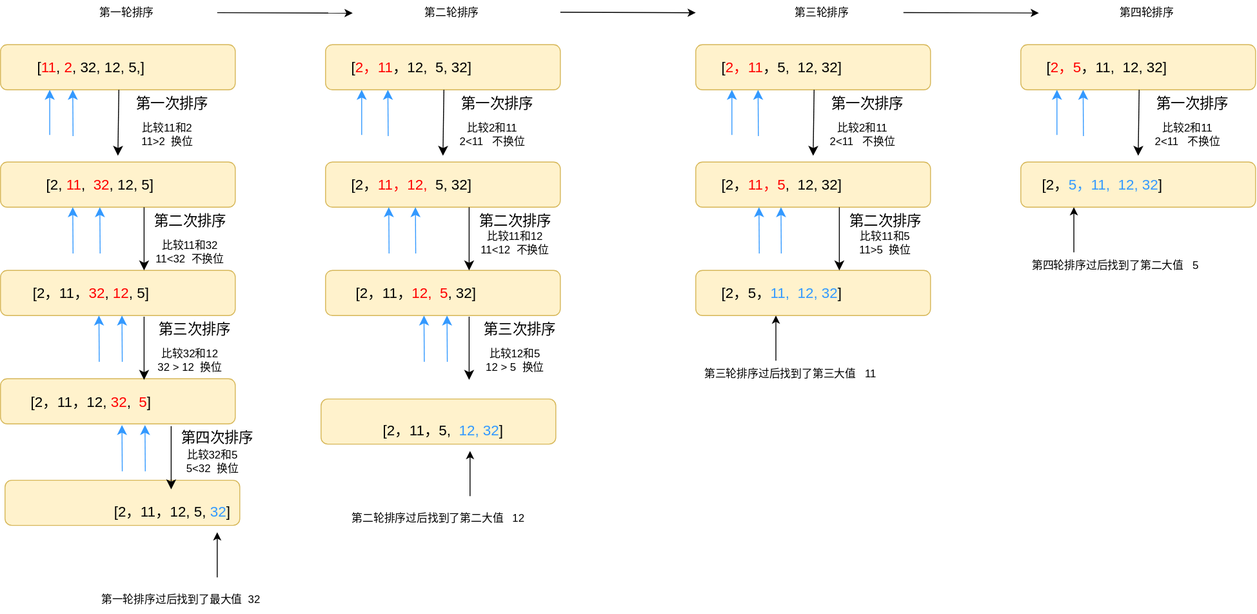
Above: java学习·.svg in shenbeipiao/record (draw.io), before the change. Source tidied: cells renumbered, new cells last; positions are measured from the earlier drawing's top-left corner, leaving out a move shared by most shapes.
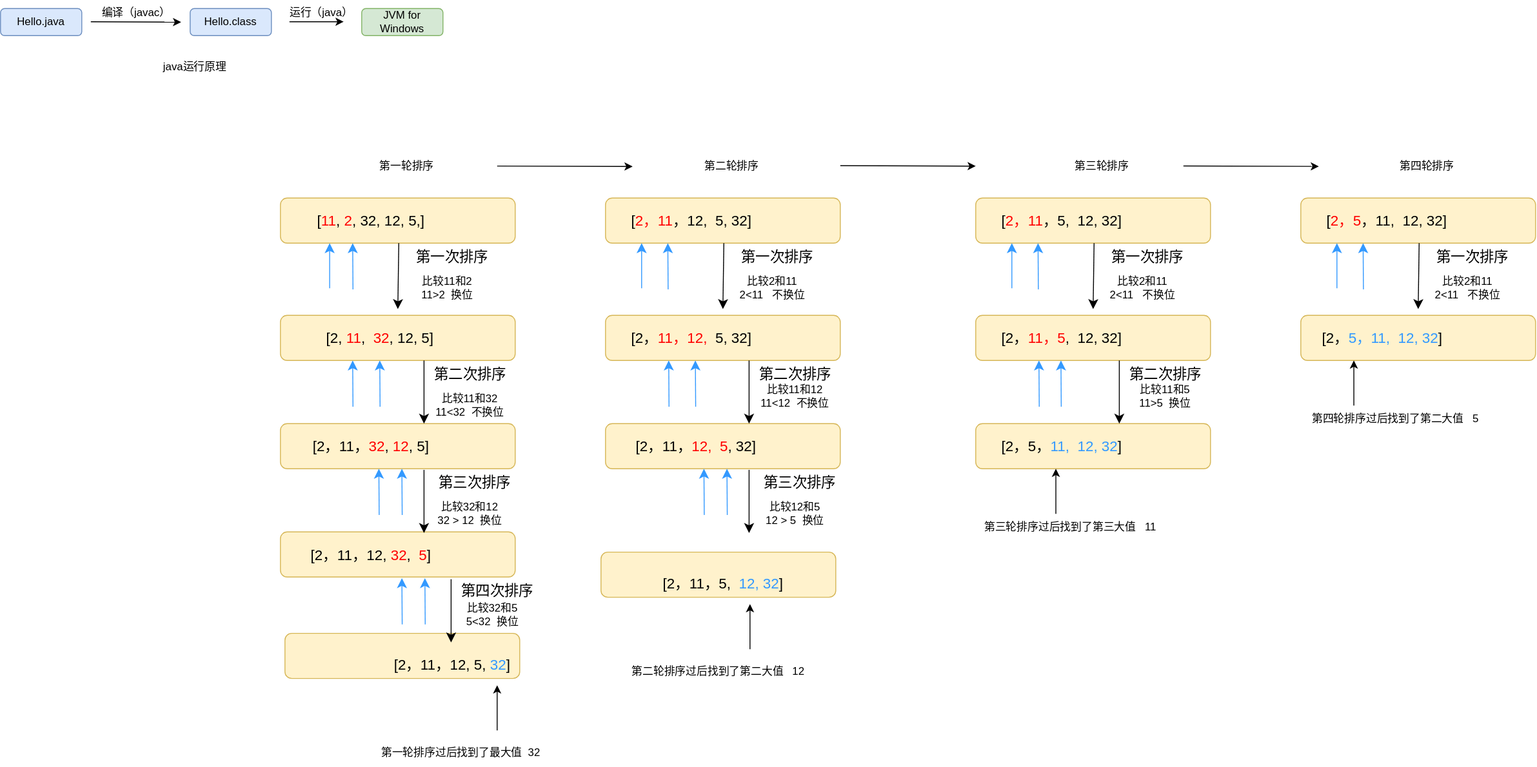
After the change.

What changed in the source:
```diff
@@ -392,5 +392,35 @@
         <mxPoint x="1150" y="14.9" as="targetPoint" />
       </mxGeometry>
     </mxCell>
+    <mxCell id="95" value="java运行原理" style="text;html=1;align=center;verticalAlign=middle;strokeColor=none;fillColor=none;" parent="1" vertex="1">
+      <mxGeometry x="-140" y="-110" width="90" height="30" as="geometry" />
+    </mxCell>
+    <mxCell id="96" value="Hello.java" style="rounded=1;whiteSpace=wrap;html=1;fillColor=#dae8fc;strokeColor=#6c8ebf;" parent="1" vertex="1">
+      <mxGeometry x="-310" y="-160" width="90" height="30" as="geometry" />
+    </mxCell>
+    <mxCell id="97" style="endArrow=classic;html=1;rounded=0;" parent="1" edge="1">
+      <mxGeometry relative="1" as="geometry">
+        <mxPoint x="-210" y="-145.4" as="sourcePoint" />
+        <mxPoint x="-110" y="-145" as="targetPoint" />
+      </mxGeometry>
+    </mxCell>
+    <mxCell id="98" value="编译（javac）" style="text;html=1;align=center;verticalAlign=middle;strokeColor=none;fillColor=none;" parent="1" vertex="1">
+      <mxGeometry x="-210" y="-170" width="100" height="30" as="geometry" />
+    </mxCell>
+    <mxCell id="99" value="Hello.class" style="rounded=1;whiteSpace=wrap;html=1;fillColor=#dae8fc;strokeColor=#6c8ebf;" parent="1" vertex="1">
+      <mxGeometry x="-100" y="-160" width="90" height="30" as="geometry" />
+    </mxCell>
+    <mxCell id="100" style="endArrow=classic;html=1;rounded=0;" parent="1" edge="1">
+      <mxGeometry relative="1" as="geometry">
+        <mxPoint x="10" y="-145.4" as="sourcePoint" />
+        <mxPoint x="70" y="-145.4" as="targetPoint" />
+      </mxGeometry>
+    </mxCell>
+    <mxCell id="101" value="运行（java）" style="text;html=1;align=center;verticalAlign=middle;strokeColor=none;fillColor=none;" parent="1" vertex="1">
+      <mxGeometry y="-170" width="90" height="30" as="geometry" />
+    </mxCell>
+    <mxCell id="102" value="JVM for Windows" style="rounded=1;whiteSpace=wrap;html=1;fillColor=#d5e8d4;strokeColor=#82b366;" parent="1" vertex="1">
+      <mxGeometry x="90" y="-160" width="90" height="30" as="geometry" />
+    </mxCell>
   </root>
 </mxGraphModel>
```
